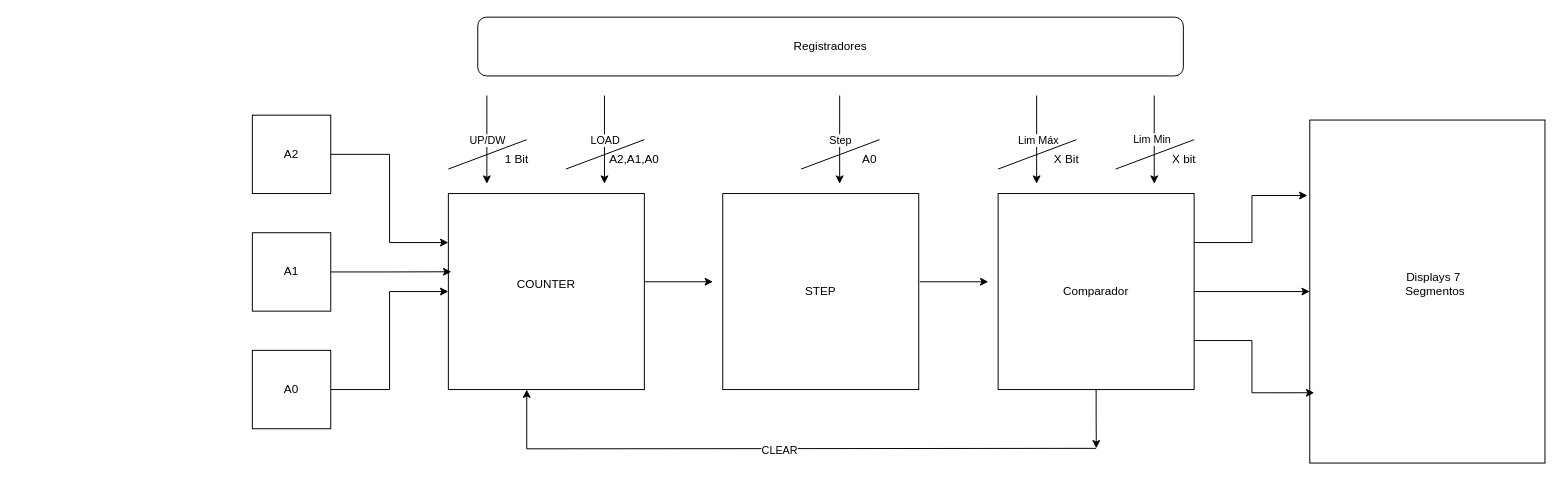
Before: Diagrama sem nome.drawio in AndreiR41/Program-o-Avan-ada-UFRN, a draw.io diagram. Source tidied: cells renumbered, new cells numbered last; positions are measured from the earlier drawing's top-left corner, leaving out a move shared by most shapes. Both pictures are drawn from the tidied source at 98%, with x=0, y=0 at pixel (252, 17).
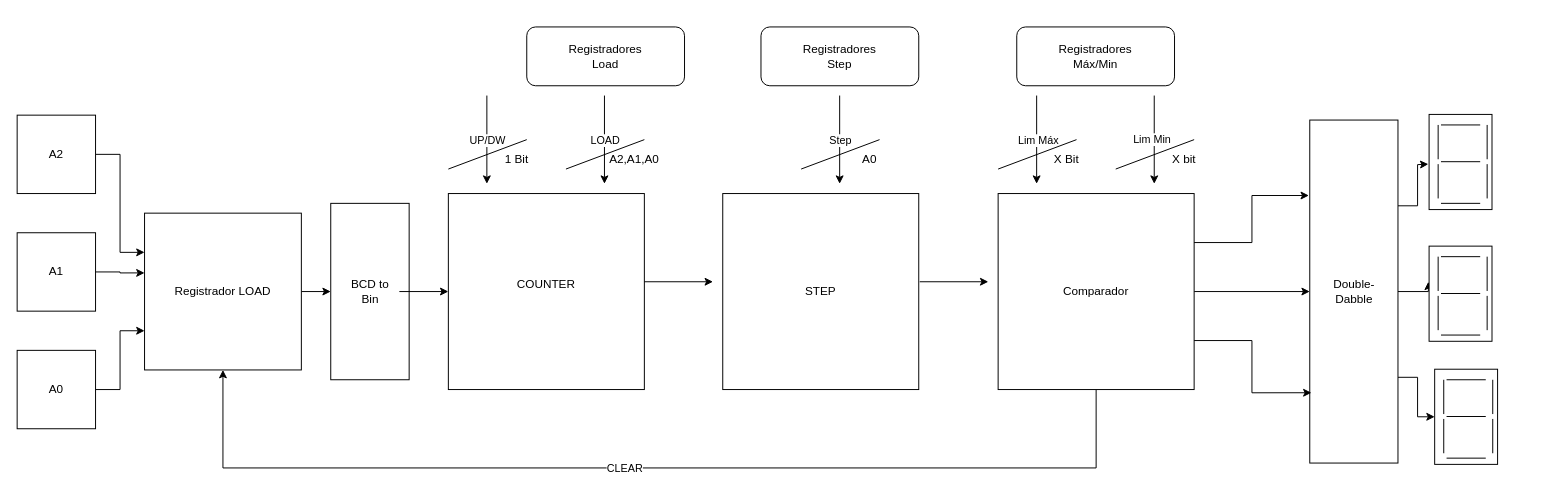
The same page after the edit.

Unchanged cells that the change refers to:
```xml
<mxCell id="7" value="COUNTER&lt;div&gt;&lt;br&gt;&lt;/div&gt;" style="whiteSpace=wrap;html=1;" parent="1" vertex="1">
  <mxGeometry x="200" y="180" width="200" height="200" as="geometry" />
</mxCell>
<mxCell id="25" value="Comparador" style="whiteSpace=wrap;html=1;" parent="1" vertex="1">
  <mxGeometry x="761" y="180" width="200" height="200" as="geometry" />
</mxCell>
```

Change to the diagram source:
```diff
@@
-    <mxCell id="2" style="edgeStyle=orthogonalEdgeStyle;rounded=0;jettySize=auto;html=1;exitX=1;exitY=0.5;exitDx=0;exitDy=0;entryX=0;entryY=0.25;entryDx=0;entryDy=0;" parent="1" edge="1" source="3" target="7">
-      <mxGeometry relative="1" as="geometry" />
-    </mxCell>
+    <mxCell id="42" style="edgeStyle=orthogonalEdgeStyle;rounded=0;jettySize=auto;html=1;exitX=1;exitY=0.5;exitDx=0;exitDy=0;entryX=0;entryY=0.25;entryDx=0;entryDy=0;" parent="1" edge="1" source="3" target="49">
+      <mxGeometry relative="1" as="geometry" />
+    </mxCell>
     <mxCell id="3" value="A2" style="whiteSpace=wrap;html=1;" parent="1" vertex="1">
-      <mxGeometry y="100" width="80" height="80" as="geometry" />
+      <mxGeometry x="-240" y="100" width="80" height="80" as="geometry" />
     </mxCell>
     <mxCell id="4" value="A1" style="whiteSpace=wrap;html=1;" parent="1" vertex="1">
-      <mxGeometry y="220" width="80" height="80" as="geometry" />
+      <mxGeometry x="-240" y="220" width="80" height="80" as="geometry" />
     </mxCell>
-    <mxCell id="5" style="edgeStyle=orthogonalEdgeStyle;rounded=0;jettySize=auto;html=1;exitX=1;exitY=0.5;exitDx=0;exitDy=0;entryX=0;entryY=0.5;entryDx=0;entryDy=0;" parent="1" edge="1" source="6" target="7">
-      <mxGeometry relative="1" as="geometry" />
-    </mxCell>
+    <mxCell id="43" style="edgeStyle=orthogonalEdgeStyle;rounded=0;jettySize=auto;html=1;exitX=1;exitY=0.5;exitDx=0;exitDy=0;entryX=0;entryY=0.75;entryDx=0;entryDy=0;" parent="1" edge="1" source="6" target="49">
+      <mxGeometry relative="1" as="geometry" />
+    </mxCell>
     <mxCell id="6" value="A0" style="whiteSpace=wrap;html=1;" parent="1" vertex="1">
-      <mxGeometry y="340" width="80" height="80" as="geometry" />
+      <mxGeometry x="-240" y="340" width="80" height="80" as="geometry" />
     </mxCell>
@@
-    <mxCell id="22" style="edgeStyle=orthogonalEdgeStyle;rounded=0;jettySize=auto;html=1;exitX=1;exitY=0.5;exitDx=0;exitDy=0;entryX=0.015;entryY=0.399;entryDx=0;entryDy=0;entryPerimeter=0;" parent="1" edge="1" source="4" target="7">
-      <mxGeometry relative="1" as="geometry" />
-    </mxCell>
-    <mxCell id="23" style="edgeStyle=orthogonalEdgeStyle;rounded=0;jettySize=auto;html=1;exitX=0.5;exitY=1;exitDx=0;exitDy=0;" parent="1" edge="1" source="25">
-      <mxGeometry relative="1" as="geometry">
-        <mxPoint x="861.2" y="440" as="targetPoint" />
-      </mxGeometry>
-    </mxCell>
@@
+    <mxCell id="44" style="edgeStyle=orthogonalEdgeStyle;rounded=0;jettySize=auto;html=1;exitX=0.5;exitY=1;exitDx=0;exitDy=0;entryX=0.5;entryY=1;entryDx=0;entryDy=0;" parent="1" edge="1" source="25" target="49">
+      <mxGeometry relative="1" as="geometry">
+        <Array as="points">
+          <mxPoint x="861" y="460" />
+          <mxPoint x="-30" y="460" />
+        </Array>
+      </mxGeometry>
+    </mxCell>
+    <mxCell id="38" value="CLEAR" style="edgeLabel;html=1;align=center;verticalAlign=middle;" parent="44" vertex="1">
+      <mxGeometry x="0.05" relative="1" as="geometry" />
+    </mxCell>
@@
-    <mxCell id="35" value="Registradores" style="rounded=1;whiteSpace=wrap;html=1;" parent="1" vertex="1">
-      <mxGeometry x="230" width="720" height="60" as="geometry" />
+    <mxCell id="35" value="Registradores&lt;div&gt;Load&lt;/div&gt;" style="rounded=1;whiteSpace=wrap;html=1;" parent="1" vertex="1">
+      <mxGeometry x="280" y="10" width="161" height="60" as="geometry" />
     </mxCell>
+    <mxCell id="45" style="edgeStyle=orthogonalEdgeStyle;rounded=0;jettySize=auto;html=1;exitX=0.75;exitY=0;exitDx=0;exitDy=0;entryX=0.5;entryY=1;entryDx=0;entryDy=0;" parent="1" edge="1" source="36" target="70">
+      <mxGeometry relative="1" as="geometry" />
+    </mxCell>
+    <mxCell id="46" style="edgeStyle=orthogonalEdgeStyle;rounded=0;jettySize=auto;html=1;exitX=0.5;exitY=0;exitDx=0;exitDy=0;" parent="1" edge="1" source="36">
+      <mxGeometry relative="1" as="geometry">
+        <mxPoint x="1200" y="270" as="targetPoint" />
+      </mxGeometry>
+    </mxCell>
+    <mxCell id="47" style="edgeStyle=orthogonalEdgeStyle;rounded=0;jettySize=auto;html=1;exitX=0.25;exitY=0;exitDx=0;exitDy=0;" parent="1" edge="1" source="36">
+      <mxGeometry relative="1" as="geometry">
+        <mxPoint x="1200" y="150" as="targetPoint" />
+      </mxGeometry>
+    </mxCell>
     <mxCell id="36" style="rounded=0;whiteSpace=wrap;html=1;rotation=90;" parent="1" vertex="1">
-      <mxGeometry x="1024" y="160" width="350" height="240" as="geometry" />
+      <mxGeometry x="949" y="235" width="350" height="90" as="geometry" />
     </mxCell>
-    <mxCell id="37" style="edgeStyle=orthogonalEdgeStyle;rounded=0;jettySize=auto;html=1;exitX=0.5;exitY=1;exitDx=0;exitDy=0;entryX=0.4;entryY=1;entryDx=0;entryDy=0;entryPerimeter=0;" parent="1" edge="1" target="7">
-      <mxGeometry relative="1" as="geometry">
-        <mxPoint x="861" y="440" as="sourcePoint" />
-      </mxGeometry>
-    </mxCell>
-    <mxCell id="38" value="CLEAR" style="edgeLabel;html=1;align=center;verticalAlign=middle;" parent="37" vertex="1">
-      <mxGeometry x="0.01" y="1" relative="1" as="geometry" />
-    </mxCell>
-    <mxCell id="39" value="Displays 7&lt;div&gt;&amp;nbsp;Segmentos&lt;div&gt;&lt;br&gt;&lt;/div&gt;&lt;/div&gt;" style="text;html=1;align=center;verticalAlign=middle;strokeColor=none;fillColor=none;" parent="1" vertex="1">
-      <mxGeometry x="1160" y="250" width="90" height="60" as="geometry" />
+    <mxCell id="39" value="Double-&lt;div&gt;Dabble&lt;/div&gt;" style="text;html=1;align=center;verticalAlign=middle;strokeColor=none;fillColor=none;" parent="1" vertex="1">
+      <mxGeometry x="1089" y="260" width="70" height="40" as="geometry" />
     </mxCell>
@@
+    <mxCell id="48" style="edgeStyle=orthogonalEdgeStyle;rounded=0;jettySize=auto;html=1;exitX=1;exitY=0.5;exitDx=0;exitDy=0;entryX=0.5;entryY=1;entryDx=0;entryDy=0;" parent="1" edge="1" source="49" target="50">
+      <mxGeometry relative="1" as="geometry" />
+    </mxCell>
+    <mxCell id="49" value="&lt;div&gt;Registrador LOAD&lt;/div&gt;" style="whiteSpace=wrap;html=1;" parent="1" vertex="1">
+      <mxGeometry x="-110" y="200" width="160" height="160" as="geometry" />
+    </mxCell>
+    <mxCell id="50" style="rounded=0;whiteSpace=wrap;html=1;rotation=90;" parent="1" vertex="1">
+      <mxGeometry x="30" y="240" width="180" height="80" as="geometry" />
+    </mxCell>
+    <mxCell id="51" style="edgeStyle=orthogonalEdgeStyle;rounded=0;jettySize=auto;html=1;entryX=0;entryY=0.5;entryDx=0;entryDy=0;" parent="1" edge="1" source="52" target="7">
+      <mxGeometry relative="1" as="geometry" />
+    </mxCell>
+    <mxCell id="52" value="BCD to&lt;div&gt;Bin&lt;/div&gt;" style="text;html=1;align=center;verticalAlign=middle;points=[];strokeColor=none;fillColor=none;" parent="1" vertex="1">
+      <mxGeometry x="90" y="260" width="60" height="40" as="geometry" />
+    </mxCell>
+    <mxCell id="53" style="edgeStyle=orthogonalEdgeStyle;rounded=0;jettySize=auto;html=1;exitX=1;exitY=0.5;exitDx=0;exitDy=0;entryX=0;entryY=0.381;entryDx=0;entryDy=0;entryPerimeter=0;" parent="1" edge="1" source="4" target="49">
+      <mxGeometry relative="1" as="geometry" />
+    </mxCell>
+    <mxCell id="54" style="rounded=0;whiteSpace=wrap;html=1;rotation=90;" parent="1" vertex="1">
+      <mxGeometry x="1184.3" y="115.7" width="97.1" height="64.2" as="geometry" />
+    </mxCell>
+    <mxCell id="55" style="endArrow=none;html=1;rounded=0;" parent="1" edge="1">
+      <mxGeometry relative="1" as="geometry">
+        <mxPoint x="1212.9" y="110" as="sourcePoint" />
+        <mxPoint x="1252.9" y="110" as="targetPoint" />
+      </mxGeometry>
+    </mxCell>
+    <mxCell id="56" style="endArrow=none;html=1;rounded=0;" parent="1" edge="1">
+      <mxGeometry relative="1" as="geometry">
+        <mxPoint x="1212.9" y="147.5" as="sourcePoint" />
+        <mxPoint x="1252.9" y="147.5" as="targetPoint" />
+      </mxGeometry>
+    </mxCell>
+    <mxCell id="57" style="endArrow=none;html=1;rounded=0;" parent="1" edge="1">
+      <mxGeometry relative="1" as="geometry">
+        <mxPoint x="1212.9" y="190" as="sourcePoint" />
+        <mxPoint x="1252.9" y="190" as="targetPoint" />
+      </mxGeometry>
+    </mxCell>
+    <mxCell id="58" style="endArrow=none;html=1;rounded=0;" parent="1" edge="1">
+      <mxGeometry relative="1" as="geometry">
+        <mxPoint x="1260" y="145" as="sourcePoint" />
+        <mxPoint x="1260" y="110" as="targetPoint" />
+      </mxGeometry>
+    </mxCell>
+    <mxCell id="59" style="endArrow=none;html=1;rounded=0;" parent="1" edge="1">
+      <mxGeometry relative="1" as="geometry">
+        <mxPoint x="1260" y="185" as="sourcePoint" />
+        <mxPoint x="1260" y="150" as="targetPoint" />
+      </mxGeometry>
+    </mxCell>
+    <mxCell id="60" style="endArrow=none;html=1;rounded=0;" parent="1" edge="1">
+      <mxGeometry relative="1" as="geometry">
+        <mxPoint x="1210" y="185" as="sourcePoint" />
+        <mxPoint x="1210" y="150" as="targetPoint" />
+      </mxGeometry>
+    </mxCell>
+    <mxCell id="61" style="endArrow=none;html=1;rounded=0;" parent="1" edge="1">
+      <mxGeometry relative="1" as="geometry">
+        <mxPoint x="1210" y="145" as="sourcePoint" />
+        <mxPoint x="1210" y="110" as="targetPoint" />
+      </mxGeometry>
+    </mxCell>
+    <mxCell id="62" style="rounded=0;whiteSpace=wrap;html=1;rotation=90;" parent="1" vertex="1">
+      <mxGeometry x="1184.3" y="250.1" width="97.1" height="64.2" as="geometry" />
+    </mxCell>
+    <mxCell id="63" style="endArrow=none;html=1;rounded=0;" parent="1" edge="1">
+      <mxGeometry relative="1" as="geometry">
+        <mxPoint x="1212.9" y="244.4" as="sourcePoint" />
+        <mxPoint x="1252.9" y="244.4" as="targetPoint" />
+      </mxGeometry>
+    </mxCell>
+    <mxCell id="64" style="endArrow=none;html=1;rounded=0;" parent="1" edge="1">
+      <mxGeometry relative="1" as="geometry">
+        <mxPoint x="1212.9" y="282" as="sourcePoint" />
+        <mxPoint x="1252.9" y="282" as="targetPoint" />
+      </mxGeometry>
+    </mxCell>
+    <mxCell id="65" style="endArrow=none;html=1;rounded=0;" parent="1" edge="1">
+      <mxGeometry relative="1" as="geometry">
+        <mxPoint x="1212.9" y="324.4" as="sourcePoint" />
+        <mxPoint x="1252.9" y="324.4" as="targetPoint" />
+      </mxGeometry>
+    </mxCell>
+    <mxCell id="66" style="endArrow=none;html=1;rounded=0;" parent="1" edge="1">
+      <mxGeometry relative="1" as="geometry">
+        <mxPoint x="1260" y="279.4" as="sourcePoint" />
+        <mxPoint x="1260" y="244.4" as="targetPoint" />
+      </mxGeometry>
+    </mxCell>
+    <mxCell id="67" style="endArrow=none;html=1;rounded=0;" parent="1" edge="1">
+      <mxGeometry relative="1" as="geometry">
+        <mxPoint x="1260" y="319.4" as="sourcePoint" />
+        <mxPoint x="1260" y="284.4" as="targetPoint" />
+      </mxGeometry>
+    </mxCell>
+    <mxCell id="68" style="endArrow=none;html=1;rounded=0;" parent="1" edge="1">
+      <mxGeometry relative="1" as="geometry">
+        <mxPoint x="1210" y="319.4" as="sourcePoint" />
+        <mxPoint x="1210" y="284.4" as="targetPoint" />
+      </mxGeometry>
+    </mxCell>
+    <mxCell id="69" style="endArrow=none;html=1;rounded=0;" parent="1" edge="1">
+      <mxGeometry relative="1" as="geometry">
+        <mxPoint x="1210" y="279.4" as="sourcePoint" />
+        <mxPoint x="1210" y="244.4" as="targetPoint" />
+      </mxGeometry>
+    </mxCell>
+    <mxCell id="70" style="rounded=0;whiteSpace=wrap;html=1;rotation=90;" parent="1" vertex="1">
+      <mxGeometry x="1190" y="375.7" width="97.1" height="64.2" as="geometry" />
+    </mxCell>
+    <mxCell id="71" style="endArrow=none;html=1;rounded=0;" parent="1" edge="1">
+      <mxGeometry relative="1" as="geometry">
+        <mxPoint x="1218.6" y="370" as="sourcePoint" />
+        <mxPoint x="1258.6" y="370" as="targetPoint" />
+      </mxGeometry>
+    </mxCell>
+    <mxCell id="72" style="endArrow=none;html=1;rounded=0;" parent="1" edge="1">
+      <mxGeometry relative="1" as="geometry">
+        <mxPoint x="1218.6" y="407.5" as="sourcePoint" />
+        <mxPoint x="1258.6" y="407.5" as="targetPoint" />
+      </mxGeometry>
+    </mxCell>
+    <mxCell id="73" style="endArrow=none;html=1;rounded=0;" parent="1" edge="1">
+      <mxGeometry relative="1" as="geometry">
+        <mxPoint x="1218.6" y="450" as="sourcePoint" />
+        <mxPoint x="1258.6" y="450" as="targetPoint" />
+      </mxGeometry>
+    </mxCell>
+    <mxCell id="74" style="endArrow=none;html=1;rounded=0;" parent="1" edge="1">
+      <mxGeometry relative="1" as="geometry">
+        <mxPoint x="1265.7" y="405" as="sourcePoint" />
+        <mxPoint x="1265.7" y="370" as="targetPoint" />
+      </mxGeometry>
+    </mxCell>
+    <mxCell id="75" style="endArrow=none;html=1;rounded=0;" parent="1" edge="1">
+      <mxGeometry relative="1" as="geometry">
+        <mxPoint x="1265.7" y="445" as="sourcePoint" />
+        <mxPoint x="1265.7" y="410" as="targetPoint" />
+      </mxGeometry>
+    </mxCell>
+    <mxCell id="76" style="endArrow=none;html=1;rounded=0;" parent="1" edge="1">
+      <mxGeometry relative="1" as="geometry">
+        <mxPoint x="1215.7" y="445" as="sourcePoint" />
+        <mxPoint x="1215.7" y="410" as="targetPoint" />
+      </mxGeometry>
+    </mxCell>
+    <mxCell id="77" style="endArrow=none;html=1;rounded=0;" parent="1" edge="1">
+      <mxGeometry relative="1" as="geometry">
+        <mxPoint x="1215.7" y="405" as="sourcePoint" />
+        <mxPoint x="1215.7" y="370" as="targetPoint" />
+      </mxGeometry>
+    </mxCell>
+    <mxCell id="78" value="Registradores&lt;div&gt;Step&lt;/div&gt;" style="rounded=1;whiteSpace=wrap;html=1;" parent="1" vertex="1">
+      <mxGeometry x="519" y="10" width="161" height="60" as="geometry" />
+    </mxCell>
+    <mxCell id="79" value="Registradores&lt;div style=&quot;text-align: center;&quot;&gt;&lt;span style=&quot;text-align: start; background-color: initial;&quot;&gt;Máx/Min&lt;/span&gt;&lt;/div&gt;" style="rounded=1;whiteSpace=wrap;html=1;" parent="1" vertex="1">
+      <mxGeometry x="780" y="10" width="161" height="60" as="geometry" />
+    </mxCell>
```
